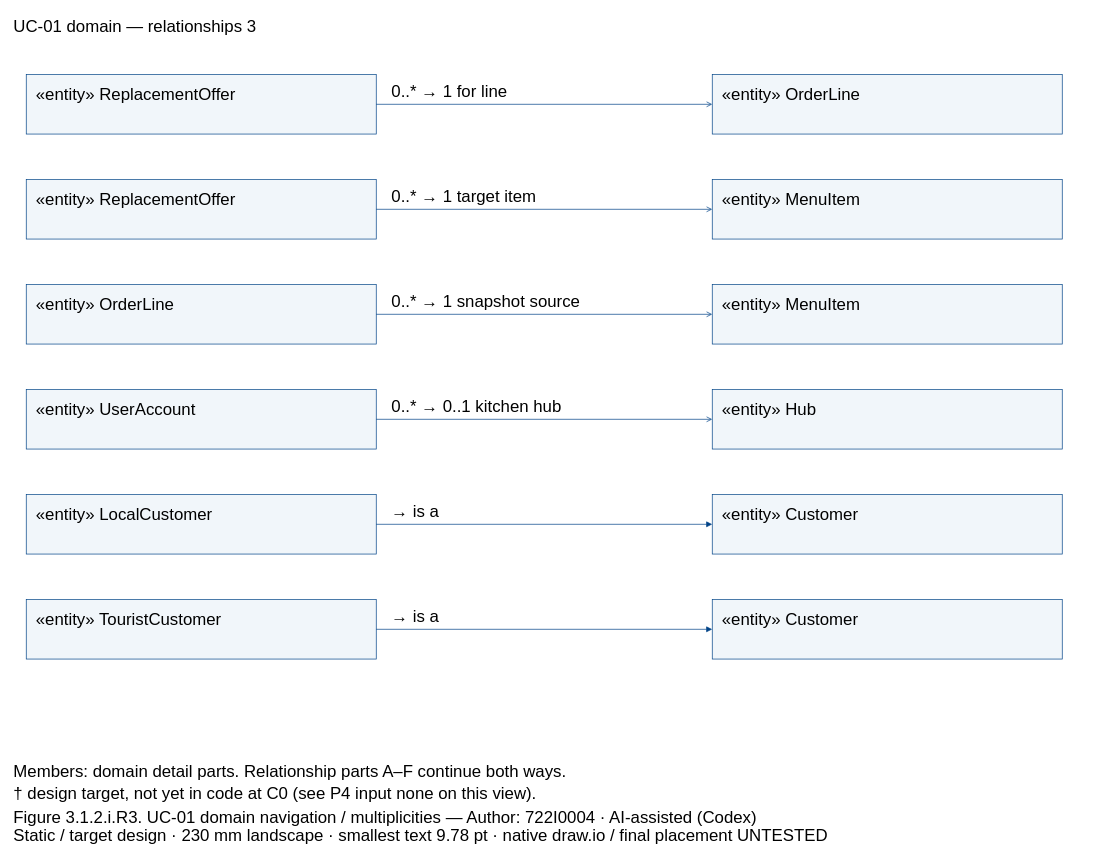
Above: models/UC-01/dcd_uc01_domain_links_PartC.drawio in Dat071104/SaigonBite (draw.io), before the change. Source tidied: cells renumbered, new cells numbered last; positions are measured from the earlier drawing's top-left corner, leaving out a move shared by most shapes. Both pictures are drawn from the tidied source at 70%, with x=0, y=0 at pixel (12, 12).
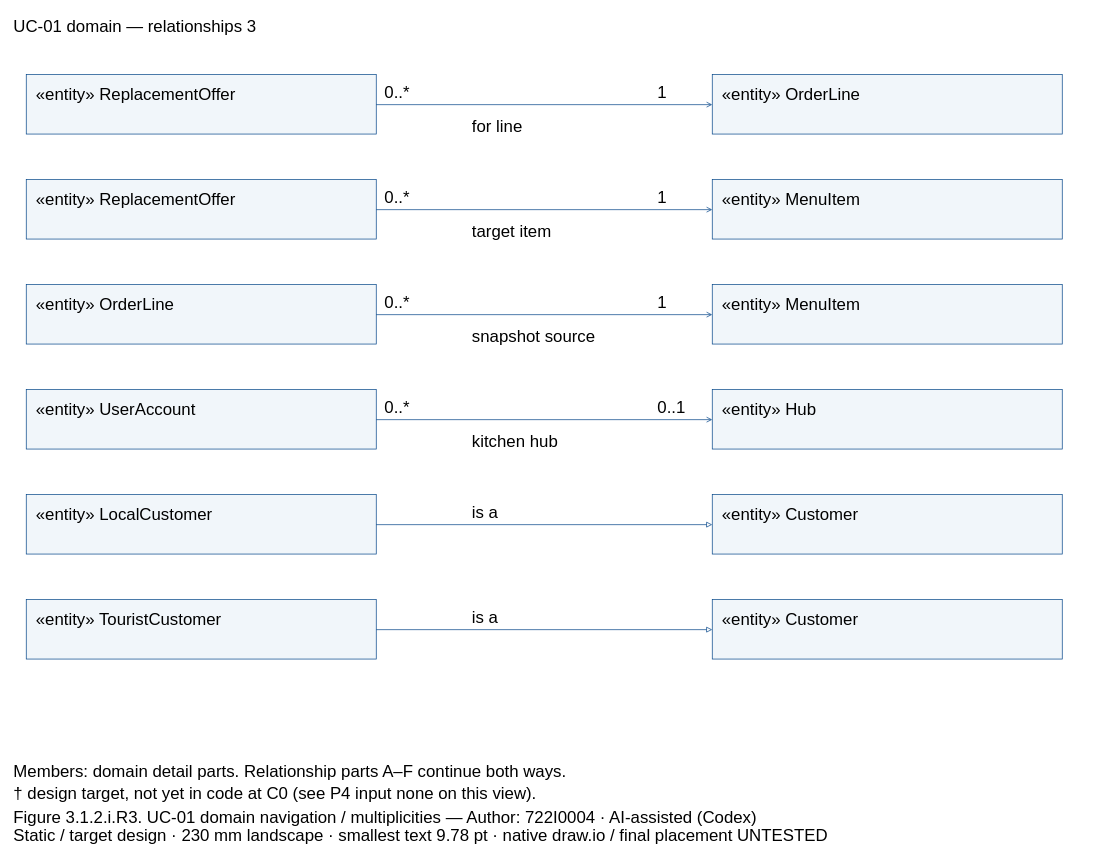
Above is the later version.

Unchanged cells that the change refers to:
```xml
<mxCell id="3" style="fillColor=#F1F6FA;strokeColor=#004387;fontFamily=Arial;fontSize=24;whiteSpace=wrap;html=0;" parent="1" vertex="1">
  <mxGeometry x="20" y="89" width="500" height="85" as="geometry" />
</mxCell>
<mxCell id="5" style="fillColor=#F1F6FA;strokeColor=#004387;fontFamily=Arial;fontSize=24;whiteSpace=wrap;html=0;" parent="1" vertex="1">
  <mxGeometry x="1000" y="89" width="500" height="85" as="geometry" />
</mxCell>
<mxCell id="7" style="fillColor=#F1F6FA;strokeColor=#004387;fontFamily=Arial;fontSize=24;whiteSpace=wrap;html=0;" parent="1" vertex="1">
  <mxGeometry x="20" y="239" width="500" height="85" as="geometry" />
</mxCell>
<mxCell id="9" style="fillColor=#F1F6FA;strokeColor=#004387;fontFamily=Arial;fontSize=24;whiteSpace=wrap;html=0;" parent="1" vertex="1">
  <mxGeometry x="1000" y="239" width="500" height="85" as="geometry" />
</mxCell>
<mxCell id="11" style="fillColor=#F1F6FA;strokeColor=#004387;fontFamily=Arial;fontSize=24;whiteSpace=wrap;html=0;" parent="1" vertex="1">
  <mxGeometry x="20" y="389" width="500" height="85" as="geometry" />
</mxCell>
<mxCell id="13" style="fillColor=#F1F6FA;strokeColor=#004387;fontFamily=Arial;fontSize=24;whiteSpace=wrap;html=0;" parent="1" vertex="1">
  <mxGeometry x="1000" y="389" width="500" height="85" as="geometry" />
</mxCell>
<mxCell id="15" style="fillColor=#F1F6FA;strokeColor=#004387;fontFamily=Arial;fontSize=24;whiteSpace=wrap;html=0;" parent="1" vertex="1">
  <mxGeometry x="20" y="539" width="500" height="85" as="geometry" />
</mxCell>
<mxCell id="17" style="fillColor=#F1F6FA;strokeColor=#004387;fontFamily=Arial;fontSize=24;whiteSpace=wrap;html=0;" parent="1" vertex="1">
  <mxGeometry x="1000" y="539" width="500" height="85" as="geometry" />
</mxCell>
<mxCell id="19" style="fillColor=#F1F6FA;strokeColor=#004387;fontFamily=Arial;fontSize=24;whiteSpace=wrap;html=0;" parent="1" vertex="1">
  <mxGeometry x="20" y="689" width="500" height="85" as="geometry" />
</mxCell>
<mxCell id="21" style="fillColor=#F1F6FA;strokeColor=#004387;fontFamily=Arial;fontSize=24;whiteSpace=wrap;html=0;" parent="1" vertex="1">
  <mxGeometry x="1000" y="689" width="500" height="85" as="geometry" />
</mxCell>
<mxCell id="23" style="fillColor=#F1F6FA;strokeColor=#004387;fontFamily=Arial;fontSize=24;whiteSpace=wrap;html=0;" parent="1" vertex="1">
  <mxGeometry x="20" y="839" width="500" height="85" as="geometry" />
</mxCell>
<mxCell id="25" style="fillColor=#F1F6FA;strokeColor=#004387;fontFamily=Arial;fontSize=24;whiteSpace=wrap;html=0;" parent="1" vertex="1">
  <mxGeometry x="1000" y="839" width="500" height="85" as="geometry" />
</mxCell>
```

Change to the diagram source:
```diff
@@
-    <mxCell id="27" style="edgeStyle=none;endArrow=open;strokeColor=#004387;" parent="1" edge="1" source="3" target="5">
+    <mxCell id="27" style="edgeStyle=none;endArrow=open;endFill=0;strokeColor=#004387;exitX=1.0;exitY=0.5058823529411764;exitPerimeter=0;entryX=0.0;entryY=0.5058823529411764;entryPerimeter=0;" parent="1" edge="1" source="3" target="5">
       <mxGeometry relative="1" as="geometry" />
     </mxCell>
-    <mxCell id="28" value="0..* → 1 for line" style="text;align=left;verticalAlign=top;strokeColor=none;fillColor=none;fontFamily=Arial;fontSize=24;whiteSpace=wrap;html=0;" parent="1" vertex="1">
-      <mxGeometry x="540" y="93" width="440" height="27.6" as="geometry" />
-    </mxCell>
+    <mxCell id="43" value="0..*" style="text;align=left;verticalAlign=top;strokeColor=none;fillColor=none;fontFamily=Arial;fontSize=24;whiteSpace=wrap;html=0;" parent="1" vertex="1">
+      <mxGeometry x="530" y="94" width="70" height="27.6" as="geometry" />
+    </mxCell>
+    <mxCell id="44" value="1" style="text;align=left;verticalAlign=top;strokeColor=none;fillColor=none;fontFamily=Arial;fontSize=24;whiteSpace=wrap;html=0;" parent="1" vertex="1">
+      <mxGeometry x="920" y="94" width="70" height="27.6" as="geometry" />
+    </mxCell>
+    <mxCell id="45" value="for line" style="text;align=left;verticalAlign=top;strokeColor=none;fillColor=none;fontFamily=Arial;fontSize=24;whiteSpace=wrap;html=0;" parent="1" vertex="1">
+      <mxGeometry x="655" y="142" width="330" height="27.6" as="geometry" />
+    </mxCell>
-    <mxCell id="29" style="edgeStyle=none;endArrow=open;strokeColor=#004387;" parent="1" edge="1" source="7" target="9">
+    <mxCell id="29" style="edgeStyle=none;endArrow=open;endFill=0;strokeColor=#004387;exitX=1.0;exitY=0.5058823529411764;exitPerimeter=0;entryX=0.0;entryY=0.5058823529411764;entryPerimeter=0;" parent="1" edge="1" source="7" target="9">
       <mxGeometry relative="1" as="geometry" />
     </mxCell>
-    <mxCell id="30" value="0..* → 1 target item" style="text;align=left;verticalAlign=top;strokeColor=none;fillColor=none;fontFamily=Arial;fontSize=24;whiteSpace=wrap;html=0;" parent="1" vertex="1">
-      <mxGeometry x="540" y="243" width="440" height="27.6" as="geometry" />
-    </mxCell>
+    <mxCell id="46" value="0..*" style="text;align=left;verticalAlign=top;strokeColor=none;fillColor=none;fontFamily=Arial;fontSize=24;whiteSpace=wrap;html=0;" parent="1" vertex="1">
+      <mxGeometry x="530" y="244" width="70" height="27.6" as="geometry" />
+    </mxCell>
+    <mxCell id="47" value="1" style="text;align=left;verticalAlign=top;strokeColor=none;fillColor=none;fontFamily=Arial;fontSize=24;whiteSpace=wrap;html=0;" parent="1" vertex="1">
+      <mxGeometry x="920" y="244" width="70" height="27.6" as="geometry" />
+    </mxCell>
+    <mxCell id="48" value="target item" style="text;align=left;verticalAlign=top;strokeColor=none;fillColor=none;fontFamily=Arial;fontSize=24;whiteSpace=wrap;html=0;" parent="1" vertex="1">
+      <mxGeometry x="655" y="292" width="330" height="27.6" as="geometry" />
+    </mxCell>
-    <mxCell id="31" style="edgeStyle=none;endArrow=open;strokeColor=#004387;" parent="1" edge="1" source="11" target="13">
+    <mxCell id="31" style="edgeStyle=none;endArrow=open;endFill=0;strokeColor=#004387;exitX=1.0;exitY=0.5058823529411764;exitPerimeter=0;entryX=0.0;entryY=0.5058823529411764;entryPerimeter=0;" parent="1" edge="1" source="11" target="13">
       <mxGeometry relative="1" as="geometry" />
     </mxCell>
-    <mxCell id="32" value="0..* → 1 snapshot source" style="text;align=left;verticalAlign=top;strokeColor=none;fillColor=none;fontFamily=Arial;fontSize=24;whiteSpace=wrap;html=0;" parent="1" vertex="1">
-      <mxGeometry x="540" y="393" width="440" height="27.6" as="geometry" />
-    </mxCell>
+    <mxCell id="49" value="0..*" style="text;align=left;verticalAlign=top;strokeColor=none;fillColor=none;fontFamily=Arial;fontSize=24;whiteSpace=wrap;html=0;" parent="1" vertex="1">
+      <mxGeometry x="530" y="394" width="70" height="27.6" as="geometry" />
+    </mxCell>
+    <mxCell id="50" value="1" style="text;align=left;verticalAlign=top;strokeColor=none;fillColor=none;fontFamily=Arial;fontSize=24;whiteSpace=wrap;html=0;" parent="1" vertex="1">
+      <mxGeometry x="920" y="394" width="70" height="27.6" as="geometry" />
+    </mxCell>
+    <mxCell id="51" value="snapshot source" style="text;align=left;verticalAlign=top;strokeColor=none;fillColor=none;fontFamily=Arial;fontSize=24;whiteSpace=wrap;html=0;" parent="1" vertex="1">
+      <mxGeometry x="655" y="442" width="330" height="27.6" as="geometry" />
+    </mxCell>
-    <mxCell id="33" style="edgeStyle=none;endArrow=open;strokeColor=#004387;" parent="1" edge="1" source="15" target="17">
+    <mxCell id="33" style="edgeStyle=none;endArrow=open;endFill=0;strokeColor=#004387;exitX=1.0;exitY=0.5058823529411764;exitPerimeter=0;entryX=0.0;entryY=0.5058823529411764;entryPerimeter=0;" parent="1" edge="1" source="15" target="17">
       <mxGeometry relative="1" as="geometry" />
     </mxCell>
-    <mxCell id="34" value="0..* → 0..1 kitchen hub" style="text;align=left;verticalAlign=top;strokeColor=none;fillColor=none;fontFamily=Arial;fontSize=24;whiteSpace=wrap;html=0;" parent="1" vertex="1">
-      <mxGeometry x="540" y="543" width="440" height="27.6" as="geometry" />
-    </mxCell>
+    <mxCell id="52" value="0..*" style="text;align=left;verticalAlign=top;strokeColor=none;fillColor=none;fontFamily=Arial;fontSize=24;whiteSpace=wrap;html=0;" parent="1" vertex="1">
+      <mxGeometry x="530" y="544" width="70" height="27.6" as="geometry" />
+    </mxCell>
+    <mxCell id="53" value="0..1" style="text;align=left;verticalAlign=top;strokeColor=none;fillColor=none;fontFamily=Arial;fontSize=24;whiteSpace=wrap;html=0;" parent="1" vertex="1">
+      <mxGeometry x="920" y="544" width="70" height="27.6" as="geometry" />
+    </mxCell>
+    <mxCell id="54" value="kitchen hub" style="text;align=left;verticalAlign=top;strokeColor=none;fillColor=none;fontFamily=Arial;fontSize=24;whiteSpace=wrap;html=0;" parent="1" vertex="1">
+      <mxGeometry x="655" y="592" width="330" height="27.6" as="geometry" />
+    </mxCell>
-    <mxCell id="35" style="edgeStyle=none;endArrow=block;strokeColor=#004387;" parent="1" edge="1" source="19" target="21">
+    <mxCell id="35" style="edgeStyle=none;endArrow=block;endFill=0;strokeColor=#004387;exitX=1.0;exitY=0.5058823529411764;exitPerimeter=0;entryX=0.0;entryY=0.5058823529411764;entryPerimeter=0;" parent="1" edge="1" source="19" target="21">
       <mxGeometry relative="1" as="geometry" />
     </mxCell>
-    <mxCell id="36" value="→ is a" style="text;align=left;verticalAlign=top;strokeColor=none;fillColor=none;fontFamily=Arial;fontSize=24;whiteSpace=wrap;html=0;" parent="1" vertex="1">
-      <mxGeometry x="540" y="693" width="440" height="27.6" as="geometry" />
-    </mxCell>
+    <mxCell id="55" value="is a" style="text;align=left;verticalAlign=top;strokeColor=none;fillColor=none;fontFamily=Arial;fontSize=24;whiteSpace=wrap;html=0;" parent="1" vertex="1">
+      <mxGeometry x="655" y="694" width="330" height="27.6" as="geometry" />
+    </mxCell>
-    <mxCell id="37" style="edgeStyle=none;endArrow=block;strokeColor=#004387;" parent="1" edge="1" source="23" target="25">
+    <mxCell id="37" style="edgeStyle=none;endArrow=block;endFill=0;strokeColor=#004387;exitX=1.0;exitY=0.5058823529411764;exitPerimeter=0;entryX=0.0;entryY=0.5058823529411764;entryPerimeter=0;" parent="1" edge="1" source="23" target="25">
       <mxGeometry relative="1" as="geometry" />
     </mxCell>
-    <mxCell id="38" value="→ is a" style="text;align=left;verticalAlign=top;strokeColor=none;fillColor=none;fontFamily=Arial;fontSize=24;whiteSpace=wrap;html=0;" parent="1" vertex="1">
-      <mxGeometry x="540" y="843" width="440" height="27.6" as="geometry" />
-    </mxCell>
+    <mxCell id="56" value="is a" style="text;align=left;verticalAlign=top;strokeColor=none;fillColor=none;fontFamily=Arial;fontSize=24;whiteSpace=wrap;html=0;" parent="1" vertex="1">
+      <mxGeometry x="655" y="844" width="330" height="27.6" as="geometry" />
+    </mxCell>
```
